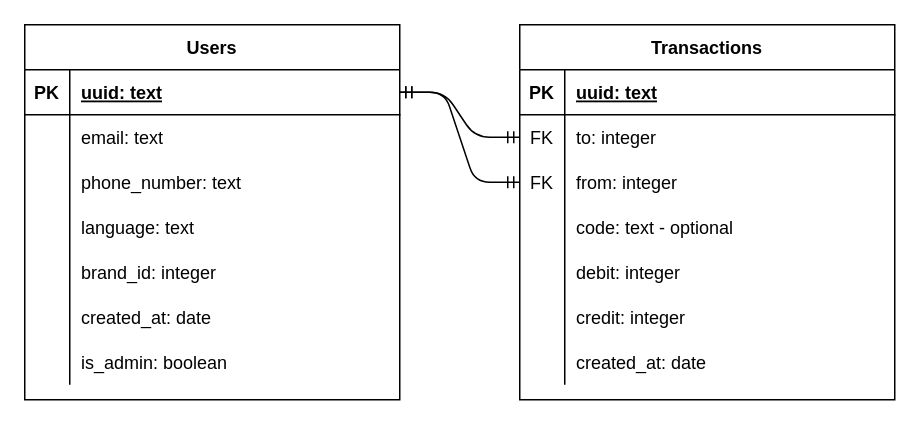
The draw.io diagram design/database.drawio in Zimtir/Loyalty-backend, before the edit. Source tidied: cells renumbered, new cells numbered last; positions are measured from the earlier drawing's top-left corner, leaving out a move shared by most shapes. Both pictures are drawn from the tidied source at 150%, with x=0, y=0 at pixel (24, 24).
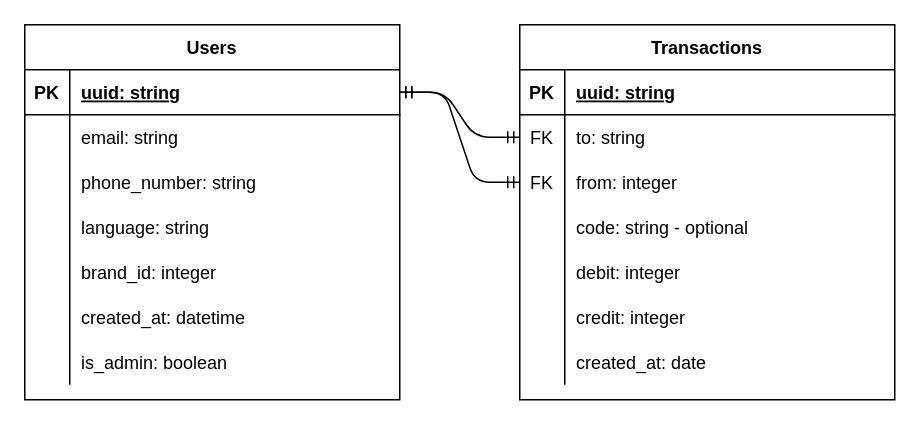
The same page after the edit.

Commit message (it also covers changes not shown here):
feat: add schemas with migrations

The change refers to these unchanged cells:
```xml
<mxCell id="3" style="shape=partialRectangle;fillColor=none;top=0;left=0;right=0;bottom=1;" parent="2" vertex="1">
  <mxGeometry y="30" width="250" height="30" as="geometry" />
</mxCell>
<mxCell id="6" style="shape=partialRectangle;fillColor=none;points=[[0,0.5],[1,0.5]];portConstraint=eastwest;top=0;left=0;right=0;bottom=0;" parent="2" vertex="1">
  <mxGeometry y="60" width="250" height="30" as="geometry" />
</mxCell>
<mxCell id="12" style="shape=partialRectangle;fillColor=none;top=0;left=0;right=0;bottom=0;" parent="2" vertex="1">
  <mxGeometry y="120" width="250" height="30" as="geometry" />
</mxCell>
<mxCell id="25" style="shape=partialRectangle;fillColor=none;points=[[0,0.5],[1,0.5]];portConstraint=eastwest;top=0;left=0;right=0;bottom=1;" parent="24" vertex="1">
  <mxGeometry y="30" width="250" height="30" as="geometry" />
</mxCell>
<mxCell id="28" style="shape=partialRectangle;fillColor=none;top=0;left=0;right=0;bottom=0;" parent="24" vertex="1">
  <mxGeometry y="60" width="250" height="30" as="geometry" />
</mxCell>
<mxCell id="31" style="shape=partialRectangle;fillColor=none;top=0;left=0;right=0;bottom=0;" parent="24" vertex="1">
  <mxGeometry y="90" width="250" height="30" as="geometry" />
</mxCell>
<mxCell id="34" style="shape=partialRectangle;fillColor=none;top=0;left=0;right=0;bottom=0;" parent="24" vertex="1">
  <mxGeometry y="120" width="250" height="30" as="geometry" />
</mxCell>
<mxCell id="40" style="shape=partialRectangle;fillColor=none;top=0;left=0;right=0;bottom=0;" parent="24" vertex="1">
  <mxGeometry y="180" width="250" height="30" as="geometry" />
</mxCell>
```

Diff of the diagram source:
```diff
@@
-    <mxCell id="5" value="uuid: text" style="shape=partialRectangle;overflow=hidden;fillColor=none;top=0;left=0;bottom=0;right=0;align=left;spacingLeft=6;fontStyle=5;" parent="3" vertex="1">
+    <mxCell id="5" value="uuid: string" style="shape=partialRectangle;overflow=hidden;fillColor=none;top=0;left=0;bottom=0;right=0;align=left;spacingLeft=6;fontStyle=5;" parent="3" vertex="1">
       <mxGeometry x="30" width="220" height="30" as="geometry" />
     </mxCell>
@@
-    <mxCell id="8" value="to: integer" style="shape=partialRectangle;overflow=hidden;fillColor=none;top=0;left=0;bottom=0;right=0;align=left;spacingLeft=6;" parent="6" vertex="1">
+    <mxCell id="8" value="to: string" style="shape=partialRectangle;overflow=hidden;fillColor=none;top=0;left=0;bottom=0;right=0;align=left;spacingLeft=6;" parent="6" vertex="1">
       <mxGeometry x="30" width="220" height="30" as="geometry" />
     </mxCell>
@@
-    <mxCell id="14" value="code: text - optional" style="shape=partialRectangle;overflow=hidden;fillColor=none;top=0;left=0;bottom=0;right=0;align=left;spacingLeft=6;" parent="12" vertex="1">
+    <mxCell id="14" value="code: string - optional" style="shape=partialRectangle;overflow=hidden;fillColor=none;top=0;left=0;bottom=0;right=0;align=left;spacingLeft=6;" parent="12" vertex="1">
       <mxGeometry x="30" width="220" height="30" as="geometry" />
     </mxCell>
@@
-    <mxCell id="27" value="uuid: text" style="shape=partialRectangle;overflow=hidden;fillColor=none;top=0;left=0;bottom=0;right=0;align=left;spacingLeft=6;fontStyle=5;" parent="25" vertex="1">
+    <mxCell id="27" value="uuid: string" style="shape=partialRectangle;overflow=hidden;fillColor=none;top=0;left=0;bottom=0;right=0;align=left;spacingLeft=6;fontStyle=5;" parent="25" vertex="1">
       <mxGeometry x="30" width="220" height="30" as="geometry" />
     </mxCell>
@@
-    <mxCell id="30" value="email: text" style="shape=partialRectangle;overflow=hidden;fillColor=none;top=0;left=0;bottom=0;right=0;align=left;spacingLeft=6;" parent="28" vertex="1">
+    <mxCell id="30" value="email: string" style="shape=partialRectangle;overflow=hidden;fillColor=none;top=0;left=0;bottom=0;right=0;align=left;spacingLeft=6;" parent="28" vertex="1">
       <mxGeometry x="30" width="220" height="30" as="geometry" />
     </mxCell>
@@
-    <mxCell id="33" value="phone_number: text" style="shape=partialRectangle;overflow=hidden;fillColor=none;top=0;left=0;bottom=0;right=0;align=left;spacingLeft=6;" parent="31" vertex="1">
+    <mxCell id="33" value="phone_number: string" style="shape=partialRectangle;overflow=hidden;fillColor=none;top=0;left=0;bottom=0;right=0;align=left;spacingLeft=6;" parent="31" vertex="1">
       <mxGeometry x="30" width="220" height="30" as="geometry" />
     </mxCell>
@@
-    <mxCell id="36" value="language: text" style="shape=partialRectangle;overflow=hidden;fillColor=none;top=0;left=0;bottom=0;right=0;align=left;spacingLeft=6;" parent="34" vertex="1">
+    <mxCell id="36" value="language: string" style="shape=partialRectangle;overflow=hidden;fillColor=none;top=0;left=0;bottom=0;right=0;align=left;spacingLeft=6;" parent="34" vertex="1">
       <mxGeometry x="30" width="220" height="30" as="geometry" />
     </mxCell>
@@
-    <mxCell id="42" value="created_at: date" style="shape=partialRectangle;overflow=hidden;fillColor=none;top=0;left=0;bottom=0;right=0;align=left;spacingLeft=6;" parent="40" vertex="1">
+    <mxCell id="42" value="created_at: datetime" style="shape=partialRectangle;overflow=hidden;fillColor=none;top=0;left=0;bottom=0;right=0;align=left;spacingLeft=6;" parent="40" vertex="1">
       <mxGeometry x="30" width="220" height="30" as="geometry" />
     </mxCell>
```
